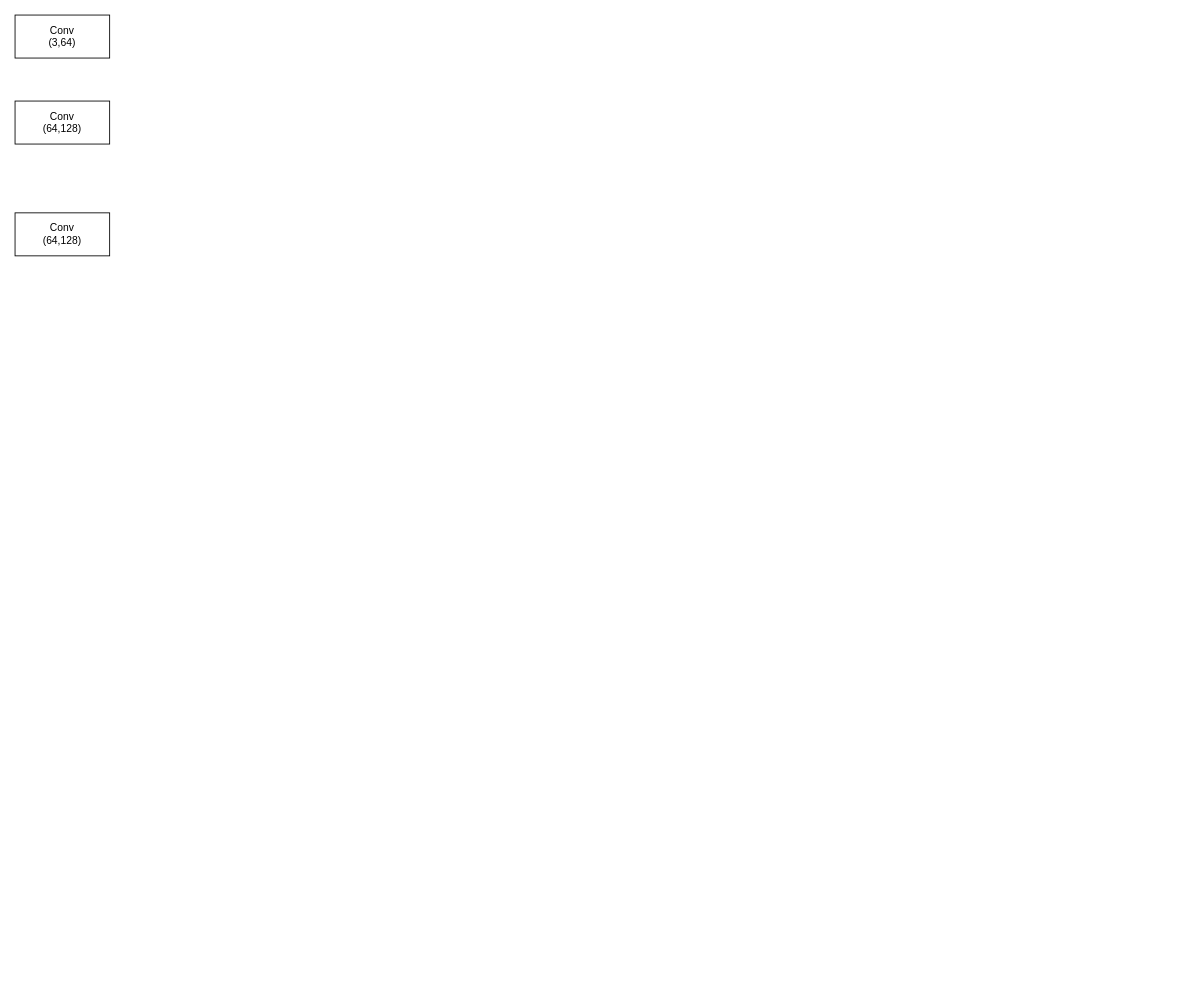
Earlier version of the draw.io diagram 未命名绘图.drawio (coder678/draw). Source tidied: cells renumbered, new cells numbered last; positions are measured from the earlier drawing's top-left corner, leaving out a move shared by most shapes. Both pictures are drawn from the tidied source at 86%, with x=0, y=0 at pixel (15, 15).
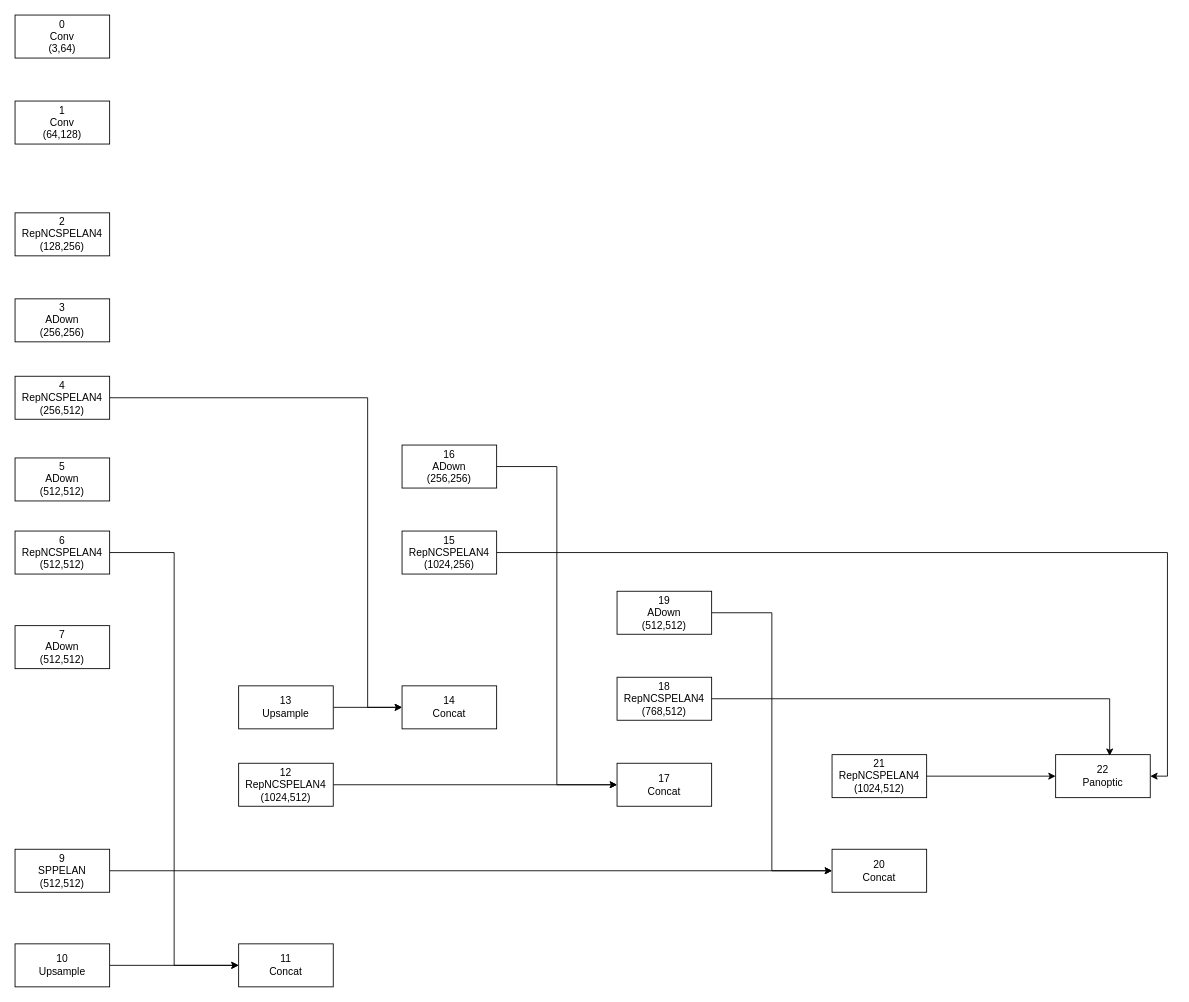
Above is the later version.

Commit message:
更新未命名绘图.drawio

Change to the diagram source:
```diff
@@
-    <mxCell id="2" value="Conv&lt;br&gt;(3,64&lt;span style=&quot;background-color: initial;&quot;&gt;)&lt;/span&gt;" style="rounded=0;whiteSpace=wrap;html=1;" parent="1" vertex="1">
+    <mxCell id="2" value="0&lt;br&gt;Conv&lt;br&gt;(3,64&lt;span style=&quot;background-color: initial;&quot;&gt;)&lt;/span&gt;" style="rounded=0;whiteSpace=wrap;html=1;" parent="1" vertex="1">
       <mxGeometry width="110" height="50" as="geometry" />
     </mxCell>
-    <mxCell id="3" value="Conv&lt;br&gt;(64,128&lt;span style=&quot;background-color: initial;&quot;&gt;)&lt;/span&gt;" style="rounded=0;whiteSpace=wrap;html=1;" parent="1" vertex="1">
+    <mxCell id="3" value="1&lt;br&gt;Conv&lt;br&gt;(64,128&lt;span style=&quot;background-color: initial;&quot;&gt;)&lt;/span&gt;" style="rounded=0;whiteSpace=wrap;html=1;" parent="1" vertex="1">
       <mxGeometry y="100" width="110" height="50" as="geometry" />
     </mxCell>
-    <mxCell id="4" value="Conv&lt;br&gt;(64,128&lt;span style=&quot;background-color: initial;&quot;&gt;)&lt;/span&gt;" style="rounded=0;whiteSpace=wrap;html=1;" parent="1" vertex="1">
+    <mxCell id="4" value="2&lt;br&gt;RepNCSPELAN4&lt;br&gt;(128,256&lt;span style=&quot;background-color: initial;&quot;&gt;)&lt;/span&gt;" style="rounded=0;whiteSpace=wrap;html=1;" parent="1" vertex="1">
       <mxGeometry y="230" width="110" height="50" as="geometry" />
     </mxCell>
+    <mxCell id="5" value="3&lt;br&gt;ADown&lt;br&gt;(256,256&lt;span style=&quot;background-color: initial;&quot;&gt;)&lt;/span&gt;" style="rounded=0;whiteSpace=wrap;html=1;" parent="1" vertex="1">
+      <mxGeometry y="330" width="110" height="50" as="geometry" />
+    </mxCell>
+    <mxCell id="6" style="edgeStyle=orthogonalEdgeStyle;rounded=0;jettySize=auto;html=1;entryX=0;entryY=0.5;entryDx=0;entryDy=0;" parent="1" edge="1" source="7" target="21">
+      <mxGeometry relative="1" as="geometry">
+        <Array as="points">
+          <mxPoint x="410" y="445" />
+          <mxPoint x="410" y="805" />
+        </Array>
+      </mxGeometry>
+    </mxCell>
+    <mxCell id="7" value="4&lt;br&gt;RepNCSPELAN4&lt;br&gt;(256,512&lt;span style=&quot;background-color: initial;&quot;&gt;)&lt;/span&gt;" style="rounded=0;whiteSpace=wrap;html=1;" parent="1" vertex="1">
+      <mxGeometry y="420" width="110" height="50" as="geometry" />
+    </mxCell>
+    <mxCell id="8" value="5&lt;br&gt;ADown&lt;br&gt;(512,512&lt;span style=&quot;background-color: initial;&quot;&gt;)&lt;/span&gt;" style="rounded=0;whiteSpace=wrap;html=1;" parent="1" vertex="1">
+      <mxGeometry y="515" width="110" height="50" as="geometry" />
+    </mxCell>
+    <mxCell id="9" style="edgeStyle=orthogonalEdgeStyle;rounded=0;jettySize=auto;html=1;entryX=0;entryY=0.5;entryDx=0;entryDy=0;" parent="1" edge="1" source="10" target="18">
+      <mxGeometry relative="1" as="geometry" />
+    </mxCell>
+    <mxCell id="10" value="6&lt;br&gt;RepNCSPELAN4&lt;br&gt;(512,512&lt;span style=&quot;background-color: initial;&quot;&gt;)&lt;/span&gt;" style="rounded=0;whiteSpace=wrap;html=1;" parent="1" vertex="1">
+      <mxGeometry y="600" width="110" height="50" as="geometry" />
+    </mxCell>
+    <mxCell id="11" style="edgeStyle=orthogonalEdgeStyle;rounded=0;jettySize=auto;html=1;entryX=0;entryY=0.5;entryDx=0;entryDy=0;" parent="1" edge="1" source="12" target="30">
+      <mxGeometry relative="1" as="geometry" />
+    </mxCell>
+    <mxCell id="12" value="9&lt;br&gt;SPPELAN&lt;br&gt;(512,512&lt;span style=&quot;background-color: initial;&quot;&gt;)&lt;/span&gt;" style="rounded=0;whiteSpace=wrap;html=1;" parent="1" vertex="1">
+      <mxGeometry y="970" width="110" height="50" as="geometry" />
+    </mxCell>
+    <mxCell id="13" style="edgeStyle=orthogonalEdgeStyle;rounded=0;jettySize=auto;html=1;" parent="1" edge="1" source="14" target="18">
+      <mxGeometry relative="1" as="geometry" />
+    </mxCell>
+    <mxCell id="14" value="10&lt;br&gt;Upsample" style="rounded=0;whiteSpace=wrap;html=1;" parent="1" vertex="1">
+      <mxGeometry y="1080" width="110" height="50" as="geometry" />
+    </mxCell>
+    <mxCell id="15" value="7&lt;br&gt;ADown&lt;br&gt;(512,512&lt;span style=&quot;background-color: initial;&quot;&gt;)&lt;/span&gt;" style="rounded=0;whiteSpace=wrap;html=1;" parent="1" vertex="1">
+      <mxGeometry y="710" width="110" height="50" as="geometry" />
+    </mxCell>
+    <mxCell id="16" style="edgeStyle=orthogonalEdgeStyle;rounded=0;jettySize=auto;html=1;entryX=0;entryY=0.5;entryDx=0;entryDy=0;" parent="1" edge="1" source="17" target="26">
+      <mxGeometry relative="1" as="geometry" />
+    </mxCell>
+    <mxCell id="17" value="&lt;div&gt;12&lt;br&gt;RepNCSPELAN4&lt;br&gt;(1024,512&lt;span style=&quot;background-color: initial;&quot;&gt;)&lt;/span&gt;&lt;/div&gt;" style="rounded=0;whiteSpace=wrap;html=1;" parent="1" vertex="1">
+      <mxGeometry x="260" y="870" width="110" height="50" as="geometry" />
+    </mxCell>
+    <mxCell id="18" value="11&lt;br&gt;Concat" style="rounded=0;whiteSpace=wrap;html=1;" parent="1" vertex="1">
+      <mxGeometry x="260" y="1080" width="110" height="50" as="geometry" />
+    </mxCell>
+    <mxCell id="19" style="edgeStyle=orthogonalEdgeStyle;rounded=0;jettySize=auto;html=1;entryX=0;entryY=0.5;entryDx=0;entryDy=0;" parent="1" edge="1" source="20" target="21">
+      <mxGeometry relative="1" as="geometry" />
+    </mxCell>
+    <mxCell id="20" value="13&lt;br&gt;Upsample" style="rounded=0;whiteSpace=wrap;html=1;" parent="1" vertex="1">
+      <mxGeometry x="260" y="780" width="110" height="50" as="geometry" />
+    </mxCell>
+    <mxCell id="21" value="14&lt;br&gt;Concat" style="rounded=0;whiteSpace=wrap;html=1;" parent="1" vertex="1">
+      <mxGeometry x="450" y="780" width="110" height="50" as="geometry" />
+    </mxCell>
+    <mxCell id="22" style="edgeStyle=orthogonalEdgeStyle;rounded=0;jettySize=auto;html=1;entryX=1;entryY=0.5;entryDx=0;entryDy=0;" parent="1" edge="1" source="23" target="33">
+      <mxGeometry relative="1" as="geometry" />
+    </mxCell>
+    <mxCell id="23" value="&lt;div&gt;15&lt;br&gt;RepNCSPELAN4&lt;br&gt;(1024,256&lt;span style=&quot;background-color: initial;&quot;&gt;)&lt;/span&gt;&lt;/div&gt;" style="rounded=0;whiteSpace=wrap;html=1;" parent="1" vertex="1">
+      <mxGeometry x="450" y="600" width="110" height="50" as="geometry" />
+    </mxCell>
+    <mxCell id="24" style="edgeStyle=orthogonalEdgeStyle;rounded=0;jettySize=auto;html=1;entryX=0;entryY=0.5;entryDx=0;entryDy=0;" parent="1" edge="1" source="25" target="26">
+      <mxGeometry relative="1" as="geometry" />
+    </mxCell>
+    <mxCell id="25" value="16&lt;br&gt;ADown&lt;br&gt;(256,256&lt;span style=&quot;background-color: initial;&quot;&gt;)&lt;/span&gt;" style="rounded=0;whiteSpace=wrap;html=1;" parent="1" vertex="1">
+      <mxGeometry x="450" y="500" width="110" height="50" as="geometry" />
+    </mxCell>
+    <mxCell id="26" value="17&lt;br&gt;Concat" style="rounded=0;whiteSpace=wrap;html=1;" parent="1" vertex="1">
+      <mxGeometry x="700" y="870" width="110" height="50" as="geometry" />
+    </mxCell>
+    <mxCell id="27" value="18&lt;br&gt;RepNCSPELAN4&lt;br&gt;(768,512&lt;span style=&quot;background-color: initial;&quot;&gt;)&lt;/span&gt;" style="rounded=0;whiteSpace=wrap;html=1;" parent="1" vertex="1">
+      <mxGeometry x="700" y="770" width="110" height="50" as="geometry" />
+    </mxCell>
+    <mxCell id="28" style="edgeStyle=orthogonalEdgeStyle;rounded=0;jettySize=auto;html=1;entryX=0;entryY=0.5;entryDx=0;entryDy=0;" parent="1" edge="1" source="29" target="30">
+      <mxGeometry relative="1" as="geometry" />
+    </mxCell>
+    <mxCell id="29" value="19&lt;br&gt;ADown&lt;br&gt;(512,512&lt;span style=&quot;background-color: initial;&quot;&gt;)&lt;/span&gt;" style="rounded=0;whiteSpace=wrap;html=1;" parent="1" vertex="1">
+      <mxGeometry x="700" y="670" width="110" height="50" as="geometry" />
+    </mxCell>
+    <mxCell id="30" value="20&lt;br&gt;Concat" style="rounded=0;whiteSpace=wrap;html=1;" parent="1" vertex="1">
+      <mxGeometry x="950" y="970" width="110" height="50" as="geometry" />
+    </mxCell>
+    <mxCell id="31" style="edgeStyle=orthogonalEdgeStyle;rounded=0;jettySize=auto;html=1;entryX=0;entryY=0.5;entryDx=0;entryDy=0;" parent="1" edge="1" source="32" target="33">
+      <mxGeometry relative="1" as="geometry" />
+    </mxCell>
+    <mxCell id="32" value="21&lt;br&gt;RepNCSPELAN4&lt;br&gt;(1024,512&lt;span style=&quot;background-color: initial;&quot;&gt;)&lt;/span&gt;" style="rounded=0;whiteSpace=wrap;html=1;" parent="1" vertex="1">
+      <mxGeometry x="950" y="860" width="110" height="50" as="geometry" />
+    </mxCell>
+    <mxCell id="33" value="22&lt;br&gt;Panoptic" style="rounded=0;whiteSpace=wrap;html=1;" parent="1" vertex="1">
+      <mxGeometry x="1210" y="860" width="110" height="50" as="geometry" />
+    </mxCell>
+    <mxCell id="34" style="edgeStyle=orthogonalEdgeStyle;rounded=0;jettySize=auto;html=1;entryX=0.571;entryY=0.028;entryDx=0;entryDy=0;entryPerimeter=0;" parent="1" edge="1" source="27" target="33">
+      <mxGeometry relative="1" as="geometry" />
+    </mxCell>
```
